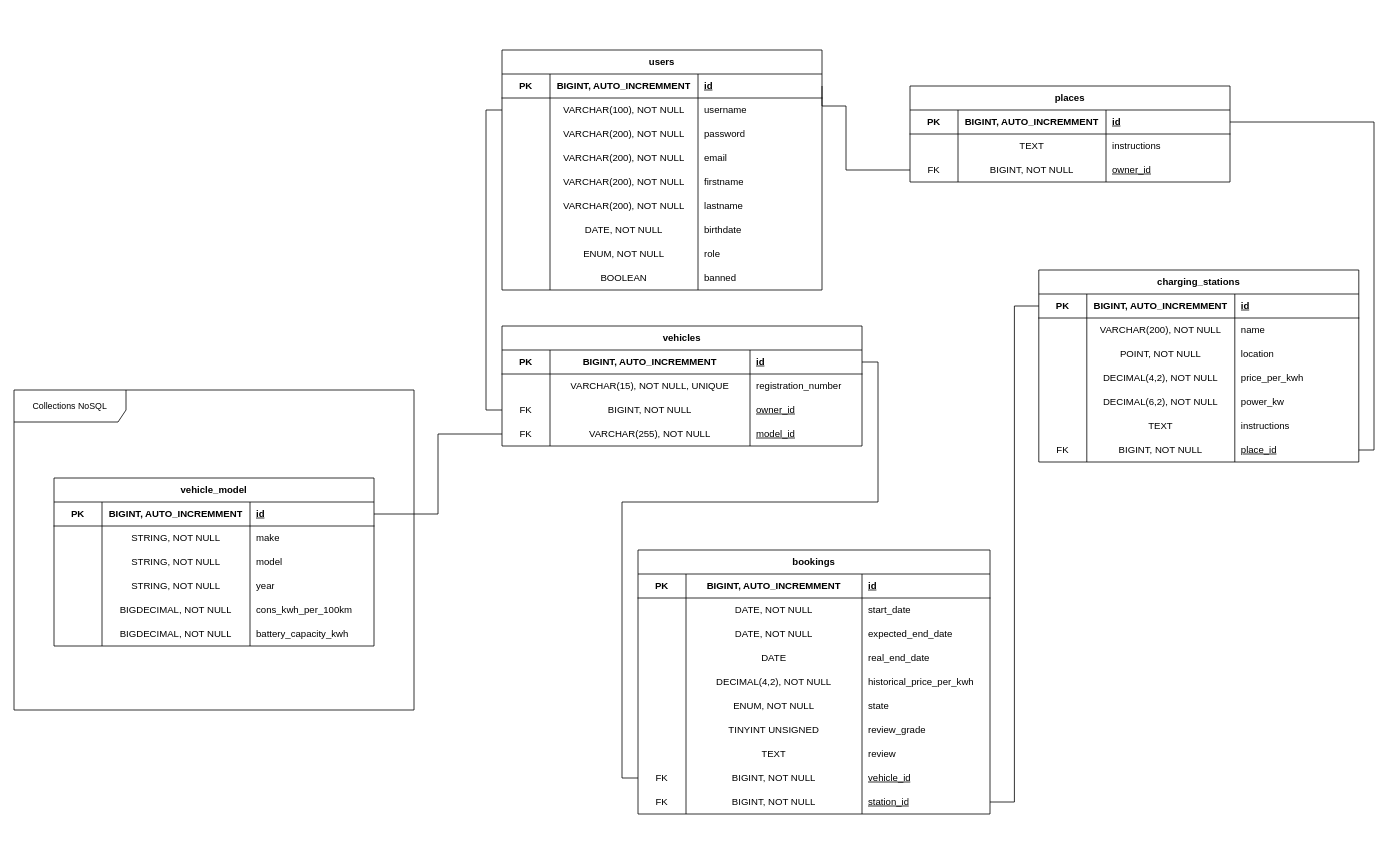
The draw.io diagram page "mpd" (3 of 3) of merise-electricity-business.drawio in LaiPe/electricity-business-back, before the edit. Source tidied: cells renumbered, new cells numbered last; positions are measured from the earlier drawing's top-left corner, leaving out a move shared by most shapes. Both pictures are drawn from the tidied source at 80%, with x=0, y=0 at pixel (14, 50).
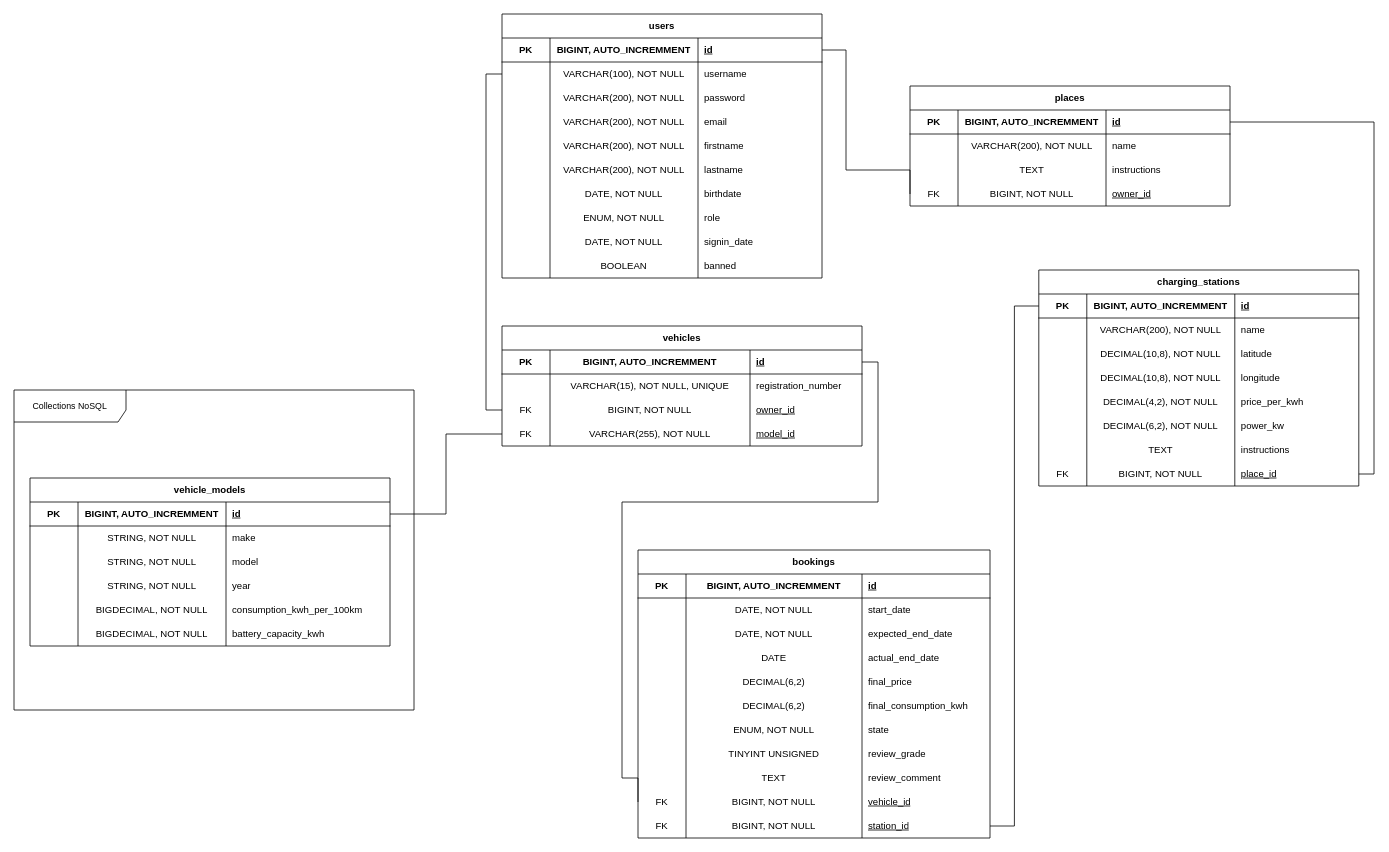
Above is the later version.

Commit message (it also covers changes not shown here):
feat: update model package in order to match merise diagrams

Unchanged cells that the change refers to:
```xml
<mxCell id="6" style="shape=tableRow;horizontal=0;startSize=0;swimlaneHead=0;swimlaneBody=0;fillColor=none;points=[[0,0.5],[1,0.5]];portConstraint=eastwest;top=0;left=0;right=0;bottom=1;html=1;" parent="5" vertex="1">
  <mxGeometry y="30" width="400" height="30" as="geometry" />
</mxCell>
<mxCell id="43" style="shape=tableRow;horizontal=0;startSize=0;swimlaneHead=0;swimlaneBody=0;fillColor=none;points=[[0,0.5],[1,0.5]];portConstraint=eastwest;top=0;left=0;right=0;bottom=1;html=1;" parent="42" vertex="1">
  <mxGeometry y="30" width="400" height="30" as="geometry" />
</mxCell>
<mxCell id="81" style="shape=tableRow;horizontal=0;startSize=0;swimlaneHead=0;swimlaneBody=0;fillColor=none;top=0;left=0;right=0;bottom=0;html=1;" parent="72" vertex="1">
  <mxGeometry y="90" width="400" height="30" as="geometry" />
</mxCell>
<mxCell id="114" style="shape=tableRow;horizontal=0;startSize=0;swimlaneHead=0;swimlaneBody=0;fillColor=none;top=0;left=0;right=0;bottom=0;html=1;" parent="101" vertex="1">
  <mxGeometry y="120" width="440" height="30" as="geometry" />
</mxCell>
<mxCell id="118" style="shape=tableRow;horizontal=0;startSize=0;swimlaneHead=0;swimlaneBody=0;fillColor=none;top=0;left=0;right=0;bottom=0;html=1;" parent="101" vertex="1">
  <mxGeometry y="150" width="440" height="30" as="geometry" />
</mxCell>
```

Change to the diagram source:
```diff
@@
     <mxCell id="2" style="edgeStyle=orthogonalEdgeStyle;shape=connector;rounded=0;jettySize=auto;html=1;strokeColor=default;align=center;verticalAlign=middle;fontFamily=Helvetica;fontSize=11;fontColor=default;labelBackgroundColor=default;startFill=0;endArrow=none;exitX=1;exitY=0.5;exitDx=0;exitDy=0;entryX=0;entryY=0.5;entryDx=0;entryDy=0;" parent="1" edge="1" source="6" target="51">
       <mxGeometry relative="1" as="geometry">
         <Array as="points">
-          <mxPoint x="1010" y="70" />
-          <mxPoint x="1040" y="70" />
+          <mxPoint x="1040" />
           <mxPoint x="1040" y="150" />
         </Array>
       </mxGeometry>
     </mxCell>
     <mxCell id="3" style="edgeStyle=orthogonalEdgeStyle;rounded=0;jettySize=auto;html=1;endArrow=none;endFill=0;exitX=1;exitY=0.5;exitDx=0;exitDy=0;" parent="1" edge="1" source="97" target="43">
       <mxGeometry relative="1" as="geometry">
         <Array as="points">
-          <mxPoint x="1700" y="500" />
+          <mxPoint x="1700" y="530" />
           <mxPoint x="1700" y="90" />
         </Array>
       </mxGeometry>
     </mxCell>
@@
     <mxCell id="5" value="users" style="shape=table;startSize=30;childLayout=tableLayout;rowLines=0;fontStyle=1;align=center;html=1;whiteSpace=wrap;" parent="1" vertex="1">
-      <mxGeometry x="610" width="400" height="300" as="geometry" />
+      <mxGeometry x="610" y="-45" width="400" height="330" as="geometry" />
     </mxCell>
@@
+    <mxCell id="171" style="shape=tableRow;horizontal=0;startSize=0;swimlaneHead=0;swimlaneBody=0;fillColor=none;top=0;left=0;right=0;bottom=0;html=1;" parent="5" vertex="1">
+      <mxGeometry y="270" width="400" height="30" as="geometry" />
+    </mxCell>
+    <mxCell id="172" style="shape=partialRectangle;fillColor=none;top=0;left=0;bottom=0;right=0;overflow=hidden;html=1;whiteSpace=wrap;" parent="171" vertex="1">
+      <mxGeometry width="60" height="30" as="geometry" />
+    </mxCell>
+    <mxCell id="173" value="DATE, NOT NULL" style="shape=partialRectangle;fillColor=none;top=0;left=0;bottom=0;right=0;overflow=hidden;html=1;whiteSpace=wrap;" parent="171" vertex="1">
+      <mxGeometry x="60" width="185" height="30" as="geometry" />
+    </mxCell>
+    <mxCell id="174" value="signin_date" style="shape=partialRectangle;fillColor=none;top=0;left=0;bottom=0;right=0;align=left;spacingLeft=6;overflow=hidden;html=1;whiteSpace=wrap;" parent="171" vertex="1">
+      <mxGeometry x="245" width="155" height="30" as="geometry" />
+    </mxCell>
     <mxCell id="38" style="shape=tableRow;horizontal=0;startSize=0;swimlaneHead=0;swimlaneBody=0;fillColor=none;top=0;left=0;right=0;bottom=0;html=1;" parent="5" vertex="1">
-      <mxGeometry y="270" width="400" height="30" as="geometry" />
+      <mxGeometry y="300" width="400" height="30" as="geometry" />
     </mxCell>
@@
     <mxCell id="42" value="places" style="shape=table;startSize=30;childLayout=tableLayout;rowLines=0;fontStyle=1;align=center;html=1;whiteSpace=wrap;" parent="1" vertex="1">
-      <mxGeometry x="1120" y="45" width="400" height="120" as="geometry" />
+      <mxGeometry x="1120" y="45" width="400" height="150" as="geometry" />
     </mxCell>
@@
+    <mxCell id="175" style="shape=tableRow;horizontal=0;startSize=0;swimlaneHead=0;swimlaneBody=0;fillColor=none;top=0;left=0;right=0;bottom=0;html=1;" parent="42" vertex="1">
+      <mxGeometry y="60" width="400" height="30" as="geometry" />
+    </mxCell>
+    <mxCell id="176" style="shape=partialRectangle;fillColor=none;top=0;left=0;bottom=0;right=0;overflow=hidden;html=1;whiteSpace=wrap;" parent="175" vertex="1">
+      <mxGeometry width="60" height="30" as="geometry" />
+    </mxCell>
+    <mxCell id="177" value="VARCHAR(200), NOT NULL" style="shape=partialRectangle;fillColor=none;top=0;left=0;bottom=0;right=0;overflow=hidden;html=1;whiteSpace=wrap;" parent="175" vertex="1">
+      <mxGeometry x="60" width="185" height="30" as="geometry" />
+    </mxCell>
+    <mxCell id="178" value="name" style="shape=partialRectangle;fillColor=none;top=0;left=0;bottom=0;right=0;align=left;spacingLeft=6;overflow=hidden;html=1;whiteSpace=wrap;" parent="175" vertex="1">
+      <mxGeometry x="245" width="155" height="30" as="geometry" />
+    </mxCell>
     <mxCell id="47" style="shape=tableRow;horizontal=0;startSize=0;swimlaneHead=0;swimlaneBody=0;fillColor=none;top=0;left=0;right=0;bottom=0;html=1;" parent="42" vertex="1">
-      <mxGeometry y="60" width="400" height="30" as="geometry" />
+      <mxGeometry y="90" width="400" height="30" as="geometry" />
     </mxCell>
@@
     <mxCell id="51" style="shape=tableRow;horizontal=0;startSize=0;swimlaneHead=0;swimlaneBody=0;fillColor=none;points=[[0,0.5],[1,0.5]];portConstraint=eastwest;top=0;left=0;right=0;bottom=0;html=1;" parent="42" vertex="1">
-      <mxGeometry y="90" width="400" height="30" as="geometry" />
+      <mxGeometry y="120" width="400" height="30" as="geometry" />
     </mxCell>
@@
     <mxCell id="72" value="charging_stations" style="shape=table;startSize=30;childLayout=tableLayout;rowLines=0;fontStyle=1;align=center;html=1;whiteSpace=wrap;" parent="1" vertex="1">
-      <mxGeometry x="1281" y="275" width="400" height="240" as="geometry" />
+      <mxGeometry x="1281" y="275" width="400" height="270" as="geometry" />
     </mxCell>
@@
-    <mxCell id="83" value="POINT, NOT NULL" style="shape=partialRectangle;fillColor=none;top=0;left=0;bottom=0;right=0;overflow=hidden;html=1;whiteSpace=wrap;" parent="81" vertex="1">
+    <mxCell id="83" value="DECIMAL(10,8), NOT NULL" style="shape=partialRectangle;fillColor=none;top=0;left=0;bottom=0;right=0;overflow=hidden;html=1;whiteSpace=wrap;" parent="81" vertex="1">
       <mxGeometry x="60" width="185" height="30" as="geometry" />
     </mxCell>
-    <mxCell id="84" value="location" style="shape=partialRectangle;fillColor=none;top=0;left=0;bottom=0;right=0;align=left;spacingLeft=6;overflow=hidden;html=1;whiteSpace=wrap;" parent="81" vertex="1">
+    <mxCell id="84" value="latitude" style="shape=partialRectangle;fillColor=none;top=0;left=0;bottom=0;right=0;align=left;spacingLeft=6;overflow=hidden;html=1;whiteSpace=wrap;" parent="81" vertex="1">
       <mxGeometry x="245" width="155" height="30" as="geometry" />
     </mxCell>
+    <mxCell id="179" style="shape=tableRow;horizontal=0;startSize=0;swimlaneHead=0;swimlaneBody=0;fillColor=none;top=0;left=0;right=0;bottom=0;html=1;" parent="72" vertex="1">
+      <mxGeometry y="120" width="400" height="30" as="geometry" />
+    </mxCell>
+    <mxCell id="180" style="shape=partialRectangle;fillColor=none;top=0;left=0;bottom=0;right=0;overflow=hidden;html=1;whiteSpace=wrap;" parent="179" vertex="1">
+      <mxGeometry width="60" height="30" as="geometry" />
+    </mxCell>
+    <mxCell id="181" value="DECIMAL(10,8), NOT NULL" style="shape=partialRectangle;fillColor=none;top=0;left=0;bottom=0;right=0;overflow=hidden;html=1;whiteSpace=wrap;" parent="179" vertex="1">
+      <mxGeometry x="60" width="185" height="30" as="geometry" />
+    </mxCell>
+    <mxCell id="182" value="longitude" style="shape=partialRectangle;fillColor=none;top=0;left=0;bottom=0;right=0;align=left;spacingLeft=6;overflow=hidden;html=1;whiteSpace=wrap;" parent="179" vertex="1">
+      <mxGeometry x="245" width="155" height="30" as="geometry" />
+    </mxCell>
     <mxCell id="85" style="shape=tableRow;horizontal=0;startSize=0;swimlaneHead=0;swimlaneBody=0;fillColor=none;top=0;left=0;right=0;bottom=0;html=1;" parent="72" vertex="1">
-      <mxGeometry y="120" width="400" height="30" as="geometry" />
+      <mxGeometry y="150" width="400" height="30" as="geometry" />
     </mxCell>
@@
     <mxCell id="89" style="shape=tableRow;horizontal=0;startSize=0;swimlaneHead=0;swimlaneBody=0;fillColor=none;top=0;left=0;right=0;bottom=0;html=1;" parent="72" vertex="1">
-      <mxGeometry y="150" width="400" height="30" as="geometry" />
+      <mxGeometry y="180" width="400" height="30" as="geometry" />
     </mxCell>
@@
     <mxCell id="93" style="shape=tableRow;horizontal=0;startSize=0;swimlaneHead=0;swimlaneBody=0;fillColor=none;top=0;left=0;right=0;bottom=0;html=1;" parent="72" vertex="1">
-      <mxGeometry y="180" width="400" height="30" as="geometry" />
+      <mxGeometry y="210" width="400" height="30" as="geometry" />
     </mxCell>
@@
     <mxCell id="97" style="shape=tableRow;horizontal=0;startSize=0;swimlaneHead=0;swimlaneBody=0;fillColor=none;points=[[0,0.5],[1,0.5]];portConstraint=eastwest;top=0;left=0;right=0;bottom=0;html=1;" parent="72" vertex="1">
-      <mxGeometry y="210" width="400" height="30" as="geometry" />
+      <mxGeometry y="240" width="400" height="30" as="geometry" />
     </mxCell>
@@
     <mxCell id="101" value="bookings" style="shape=table;startSize=30;childLayout=tableLayout;rowLines=0;fontStyle=1;align=center;html=1;whiteSpace=wrap;" parent="1" vertex="1">
-      <mxGeometry x="780" y="625" width="440" height="330" as="geometry" />
+      <mxGeometry x="780" y="625" width="440" height="360" as="geometry" />
     </mxCell>
@@
-    <mxCell id="117" value="real_end_date" style="shape=partialRectangle;fillColor=none;top=0;left=0;bottom=0;right=0;align=left;spacingLeft=6;overflow=hidden;html=1;whiteSpace=wrap;" parent="114" vertex="1">
+    <mxCell id="117" value="actual_end_date" style="shape=partialRectangle;fillColor=none;top=0;left=0;bottom=0;right=0;align=left;spacingLeft=6;overflow=hidden;html=1;whiteSpace=wrap;" parent="114" vertex="1">
       <mxGeometry x="280" width="160" height="30" as="geometry" />
     </mxCell>
@@
-    <mxCell id="120" value="DECIMAL(4,2), NOT NULL" style="shape=partialRectangle;fillColor=none;top=0;left=0;bottom=0;right=0;overflow=hidden;html=1;whiteSpace=wrap;" parent="118" vertex="1">
+    <mxCell id="120" value="DECIMAL(6,2)" style="shape=partialRectangle;fillColor=none;top=0;left=0;bottom=0;right=0;overflow=hidden;html=1;whiteSpace=wrap;" parent="118" vertex="1">
       <mxGeometry x="60" width="220" height="30" as="geometry" />
     </mxCell>
-    <mxCell id="121" value="historical_price_per_kwh" style="shape=partialRectangle;fillColor=none;top=0;left=0;bottom=0;right=0;align=left;spacingLeft=6;overflow=hidden;html=1;whiteSpace=wrap;" parent="118" vertex="1">
+    <mxCell id="121" value="final_price" style="shape=partialRectangle;fillColor=none;top=0;left=0;bottom=0;right=0;align=left;spacingLeft=6;overflow=hidden;html=1;whiteSpace=wrap;" parent="118" vertex="1">
       <mxGeometry x="280" width="160" height="30" as="geometry" />
     </mxCell>
+    <mxCell id="183" style="shape=tableRow;horizontal=0;startSize=0;swimlaneHead=0;swimlaneBody=0;fillColor=none;top=0;left=0;right=0;bottom=0;html=1;" parent="101" vertex="1">
+      <mxGeometry y="180" width="440" height="30" as="geometry" />
+    </mxCell>
+    <mxCell id="184" style="shape=partialRectangle;fillColor=none;top=0;left=0;bottom=0;right=0;overflow=hidden;html=1;whiteSpace=wrap;" parent="183" vertex="1">
+      <mxGeometry width="60" height="30" as="geometry" />
+    </mxCell>
+    <mxCell id="185" value="DECIMAL(6,2)" style="shape=partialRectangle;fillColor=none;top=0;left=0;bottom=0;right=0;overflow=hidden;html=1;whiteSpace=wrap;" parent="183" vertex="1">
+      <mxGeometry x="60" width="220" height="30" as="geometry" />
+    </mxCell>
+    <mxCell id="186" value="final_consumption_kwh" style="shape=partialRectangle;fillColor=none;top=0;left=0;bottom=0;right=0;align=left;spacingLeft=6;overflow=hidden;html=1;whiteSpace=wrap;" parent="183" vertex="1">
+      <mxGeometry x="280" width="160" height="30" as="geometry" />
+    </mxCell>
     <mxCell id="122" style="shape=tableRow;horizontal=0;startSize=0;swimlaneHead=0;swimlaneBody=0;fillColor=none;top=0;left=0;right=0;bottom=0;html=1;" parent="101" vertex="1">
-      <mxGeometry y="180" width="440" height="30" as="geometry" />
+      <mxGeometry y="210" width="440" height="30" as="geometry" />
     </mxCell>
@@
     <mxCell id="126" style="shape=tableRow;horizontal=0;startSize=0;swimlaneHead=0;swimlaneBody=0;fillColor=none;top=0;left=0;right=0;bottom=0;html=1;" parent="101" vertex="1">
-      <mxGeometry y="210" width="440" height="30" as="geometry" />
+      <mxGeometry y="240" width="440" height="30" as="geometry" />
     </mxCell>
@@
     <mxCell id="130" style="shape=tableRow;horizontal=0;startSize=0;swimlaneHead=0;swimlaneBody=0;fillColor=none;top=0;left=0;right=0;bottom=0;html=1;" parent="101" vertex="1">
-      <mxGeometry y="240" width="440" height="30" as="geometry" />
+      <mxGeometry y="270" width="440" height="30" as="geometry" />
     </mxCell>
@@
-    <mxCell id="133" value="review" style="shape=partialRectangle;fillColor=none;top=0;left=0;bottom=0;right=0;align=left;spacingLeft=6;overflow=hidden;html=1;whiteSpace=wrap;" parent="130" vertex="1">
+    <mxCell id="133" value="review_comment" style="shape=partialRectangle;fillColor=none;top=0;left=0;bottom=0;right=0;align=left;spacingLeft=6;overflow=hidden;html=1;whiteSpace=wrap;" parent="130" vertex="1">
       <mxGeometry x="280" width="160" height="30" as="geometry" />
     </mxCell>
     <mxCell id="134" style="shape=tableRow;horizontal=0;startSize=0;swimlaneHead=0;swimlaneBody=0;fillColor=none;points=[[0,0.5],[1,0.5]];portConstraint=eastwest;top=0;left=0;right=0;bottom=0;html=1;" parent="101" vertex="1">
-      <mxGeometry y="270" width="440" height="30" as="geometry" />
+      <mxGeometry y="300" width="440" height="30" as="geometry" />
     </mxCell>
@@
     <mxCell id="138" style="shape=tableRow;horizontal=0;startSize=0;swimlaneHead=0;swimlaneBody=0;fillColor=none;points=[[0,0.5],[1,0.5]];portConstraint=eastwest;top=0;left=0;right=0;bottom=0;html=1;" parent="101" vertex="1">
-      <mxGeometry y="300" width="440" height="30" as="geometry" />
+      <mxGeometry y="330" width="440" height="30" as="geometry" />
     </mxCell>
@@
-    <mxCell id="145" value="vehicle_model" style="shape=table;startSize=30;childLayout=tableLayout;rowLines=0;fontStyle=1;align=center;html=1;whiteSpace=wrap;" parent="1" vertex="1">
-      <mxGeometry x="50" y="535" width="400" height="210" as="geometry" />
+    <mxCell id="145" value="vehicle_models" style="shape=table;startSize=30;childLayout=tableLayout;rowLines=0;fontStyle=1;align=center;html=1;whiteSpace=wrap;" parent="1" vertex="1">
+      <mxGeometry x="20" y="535" width="450" height="210" as="geometry" />
     </mxCell>
     <mxCell id="146" style="shape=tableRow;horizontal=0;startSize=0;swimlaneHead=0;swimlaneBody=0;fillColor=none;points=[[0,0.5],[1,0.5]];portConstraint=eastwest;top=0;left=0;right=0;bottom=1;html=1;" parent="145" vertex="1">
-      <mxGeometry y="30" width="400" height="30" as="geometry" />
+      <mxGeometry y="30" width="450" height="30" as="geometry" />
     </mxCell>
@@
     <mxCell id="149" value="id" style="shape=partialRectangle;fillColor=none;top=0;left=0;bottom=0;right=0;align=left;spacingLeft=6;fontStyle=5;overflow=hidden;html=1;whiteSpace=wrap;" parent="146" vertex="1">
-      <mxGeometry x="245" width="155" height="30" as="geometry" />
+      <mxGeometry x="245" width="205" height="30" as="geometry" />
     </mxCell>
     <mxCell id="150" style="shape=tableRow;horizontal=0;startSize=0;swimlaneHead=0;swimlaneBody=0;fillColor=none;top=0;left=0;right=0;bottom=0;html=1;" parent="145" vertex="1">
-      <mxGeometry y="60" width="400" height="30" as="geometry" />
+      <mxGeometry y="60" width="450" height="30" as="geometry" />
     </mxCell>
@@
     <mxCell id="153" value="make" style="shape=partialRectangle;fillColor=none;top=0;left=0;bottom=0;right=0;align=left;spacingLeft=6;overflow=hidden;html=1;whiteSpace=wrap;" parent="150" vertex="1">
-      <mxGeometry x="245" width="155" height="30" as="geometry" />
+      <mxGeometry x="245" width="205" height="30" as="geometry" />
     </mxCell>
     <mxCell id="154" style="shape=tableRow;horizontal=0;startSize=0;swimlaneHead=0;swimlaneBody=0;fillColor=none;top=0;left=0;right=0;bottom=0;html=1;" parent="145" vertex="1">
-      <mxGeometry y="90" width="400" height="30" as="geometry" />
+      <mxGeometry y="90" width="450" height="30" as="geometry" />
     </mxCell>
@@
     <mxCell id="157" value="model" style="shape=partialRectangle;fillColor=none;top=0;left=0;bottom=0;right=0;align=left;spacingLeft=6;overflow=hidden;html=1;whiteSpace=wrap;" parent="154" vertex="1">
-      <mxGeometry x="245" width="155" height="30" as="geometry" />
+      <mxGeometry x="245" width="205" height="30" as="geometry" />
     </mxCell>
     <mxCell id="158" style="shape=tableRow;horizontal=0;startSize=0;swimlaneHead=0;swimlaneBody=0;fillColor=none;top=0;left=0;right=0;bottom=0;html=1;" parent="145" vertex="1">
-      <mxGeometry y="120" width="400" height="30" as="geometry" />
+      <mxGeometry y="120" width="450" height="30" as="geometry" />
     </mxCell>
@@
     <mxCell id="161" value="year" style="shape=partialRectangle;fillColor=none;top=0;left=0;bottom=0;right=0;align=left;spacingLeft=6;overflow=hidden;html=1;whiteSpace=wrap;" parent="158" vertex="1">
-      <mxGeometry x="245" width="155" height="30" as="geometry" />
+      <mxGeometry x="245" width="205" height="30" as="geometry" />
     </mxCell>
     <mxCell id="162" style="shape=tableRow;horizontal=0;startSize=0;swimlaneHead=0;swimlaneBody=0;fillColor=none;top=0;left=0;right=0;bottom=0;html=1;" parent="145" vertex="1">
-      <mxGeometry y="150" width="400" height="30" as="geometry" />
+      <mxGeometry y="150" width="450" height="30" as="geometry" />
     </mxCell>
@@
-    <mxCell id="165" value="cons_kwh_per_100km" style="shape=partialRectangle;fillColor=none;top=0;left=0;bottom=0;right=0;align=left;spacingLeft=6;overflow=hidden;html=1;whiteSpace=wrap;" parent="162" vertex="1">
-      <mxGeometry x="245" width="155" height="30" as="geometry" />
+    <mxCell id="165" value="consumption_kwh_per_100km" style="shape=partialRectangle;fillColor=none;top=0;left=0;bottom=0;right=0;align=left;spacingLeft=6;overflow=hidden;html=1;whiteSpace=wrap;" parent="162" vertex="1">
+      <mxGeometry x="245" width="205" height="30" as="geometry" />
     </mxCell>
     <mxCell id="166" style="shape=tableRow;horizontal=0;startSize=0;swimlaneHead=0;swimlaneBody=0;fillColor=none;top=0;left=0;right=0;bottom=0;html=1;" parent="145" vertex="1">
-      <mxGeometry y="180" width="400" height="30" as="geometry" />
+      <mxGeometry y="180" width="450" height="30" as="geometry" />
     </mxCell>
@@
     <mxCell id="169" value="battery_capacity_kwh" style="shape=partialRectangle;fillColor=none;top=0;left=0;bottom=0;right=0;align=left;spacingLeft=6;overflow=hidden;html=1;whiteSpace=wrap;" parent="166" vertex="1">
-      <mxGeometry x="245" width="155" height="30" as="geometry" />
+      <mxGeometry x="245" width="205" height="30" as="geometry" />
     </mxCell>
```
